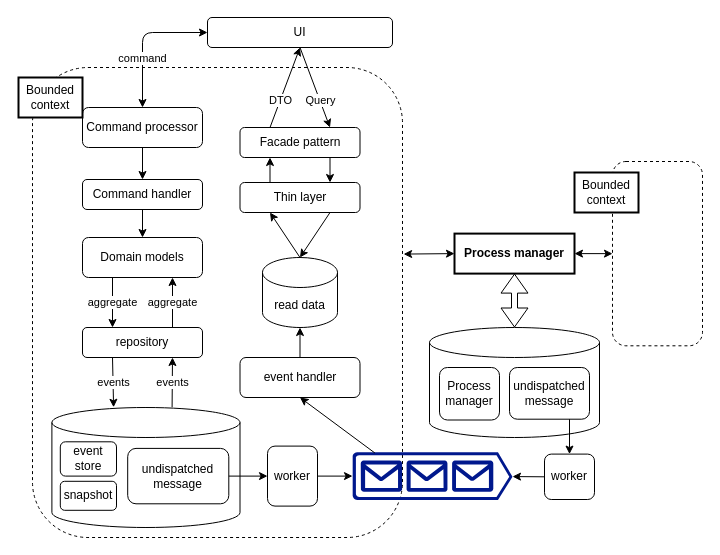
Above: documents/cqrs-es.drawio in lexuantien/amaterasu (draw.io), before the change. Source tidied: cells renumbered, new cells numbered last; positions are measured from the earlier drawing's top-left corner, leaving out a move shared by most shapes. Both pictures are drawn from the tidied source at 100%, with x=0, y=0 at pixel (18, 17).
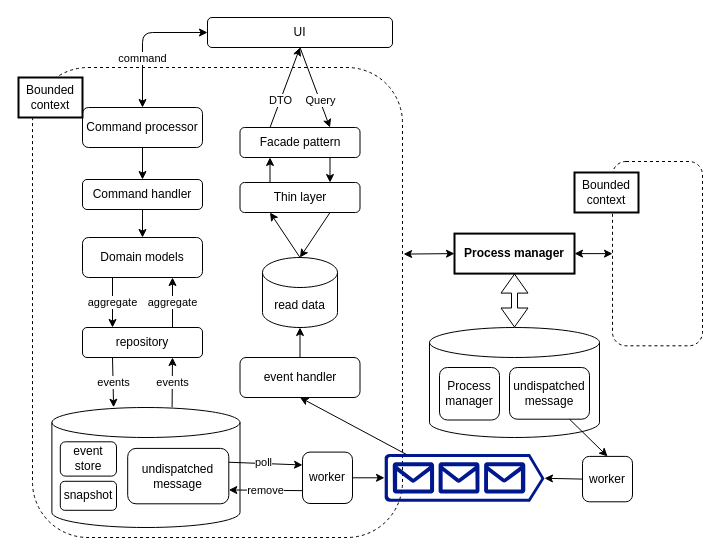
Above is the later version.

The change refers to these unchanged cells:
```xml
<mxCell id="9" value="undispatched&lt;br&gt;message" style="rounded=1;whiteSpace=wrap;html=1;" parent="6" vertex="1">
  <mxGeometry x="75.8" y="40.9" width="101.1" height="55.4" as="geometry" />
</mxCell>
```

Diff of the diagram source:
```diff
@@
-    <mxCell id="15" style="endArrow=classic;html=1;strokeWidth=1;exitX=1;exitY=0.5;exitDx=0;exitDy=0;entryX=0;entryY=0.5;entryDx=0;entryDy=0;" parent="1" edge="1" source="9" target="34">
+    <mxCell id="15" style="endArrow=classic;html=1;strokeWidth=1;exitX=1;exitY=0.25;exitDx=0;exitDy=0;entryX=0;entryY=0.25;entryDx=0;entryDy=0;" parent="1" edge="1" source="9" target="34">
       <mxGeometry relative="1" as="geometry" />
     </mxCell>
+    <mxCell id="52" value="poll" style="edgeLabel;html=1;align=center;verticalAlign=middle;" parent="15" vertex="1">
+      <mxGeometry x="-0.16" y="1" relative="1" as="geometry">
+        <mxPoint x="3" as="offset" />
+      </mxGeometry>
+    </mxCell>
@@
     <mxCell id="33" style="shadow=0;dashed=0;html=1;strokeColor=none;labelPosition=center;verticalLabelPosition=bottom;verticalAlign=top;align=center;fillColor=#00188D;shape=mxgraph.azure.queue_generic;" parent="1" vertex="1">
-      <mxGeometry x="334" y="434.6" width="160" height="48" as="geometry" />
+      <mxGeometry x="366" y="436.3" width="160" height="48" as="geometry" />
     </mxCell>
     <mxCell id="34" value="worker" style="rounded=1;whiteSpace=wrap;html=1;" parent="1" vertex="1">
-      <mxGeometry x="249" y="428.6" width="50" height="60" as="geometry" />
+      <mxGeometry x="284" y="434.6" width="50" height="51.4" as="geometry" />
     </mxCell>
@@
     <mxCell id="46" value="worker" style="rounded=1;whiteSpace=wrap;html=1;" parent="1" vertex="1">
-      <mxGeometry x="526" y="436.6" width="50" height="45.4" as="geometry" />
+      <mxGeometry x="564" y="438.9" width="50" height="45.4" as="geometry" />
     </mxCell>
@@
+    <mxCell id="53" value="remove" style="endArrow=classic;html=1;strokeWidth=1;entryX=1;entryY=0.75;entryDx=0;entryDy=0;exitX=0;exitY=0.75;exitDx=0;exitDy=0;" parent="1" edge="1" source="34" target="9">
+      <mxGeometry relative="1" as="geometry" />
+    </mxCell>
```
